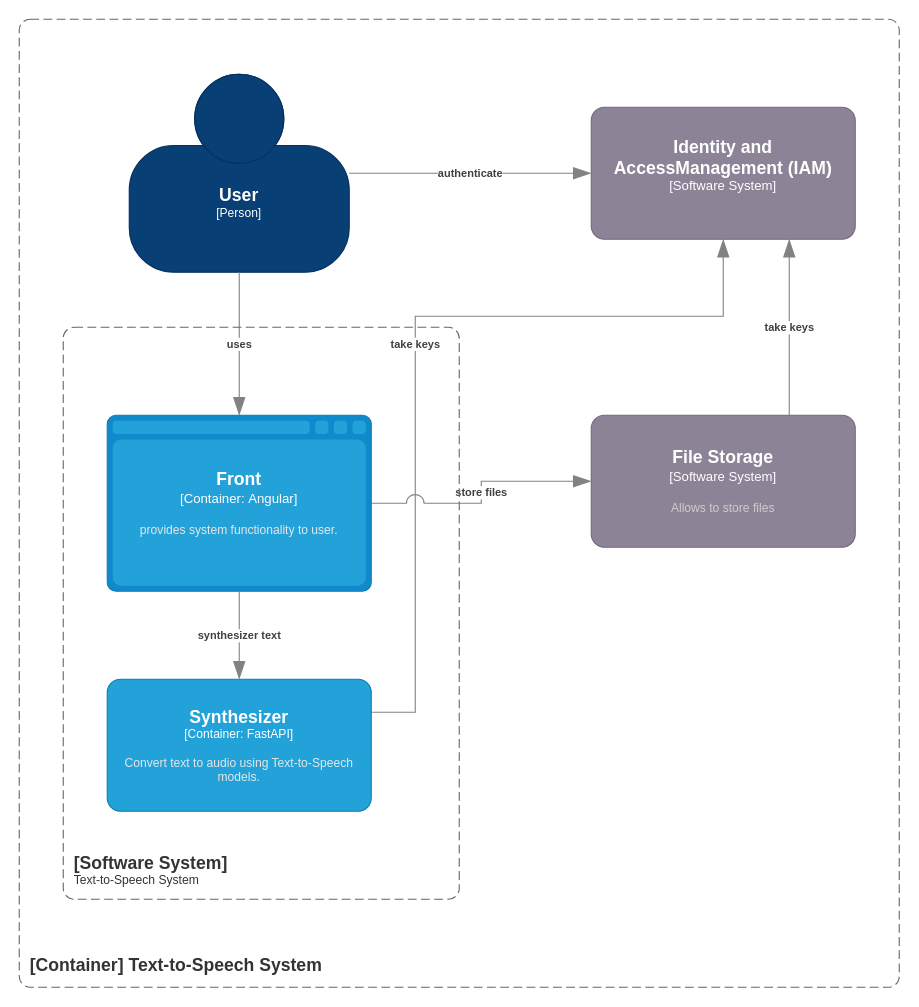
This is page "container_textToSpeechSystem" (3 of 8) of .doc/diagram.drawio from dawidbladek0831/f19, a draw.io file, before an edit. Source tidied: cells renumbered, new cells numbered last; positions are measured from the earlier drawing's top-left corner, leaving out a move shared by most shapes. Both pictures are drawn from the tidied source at 110%, with x=0, y=0 at pixel (19, 19).
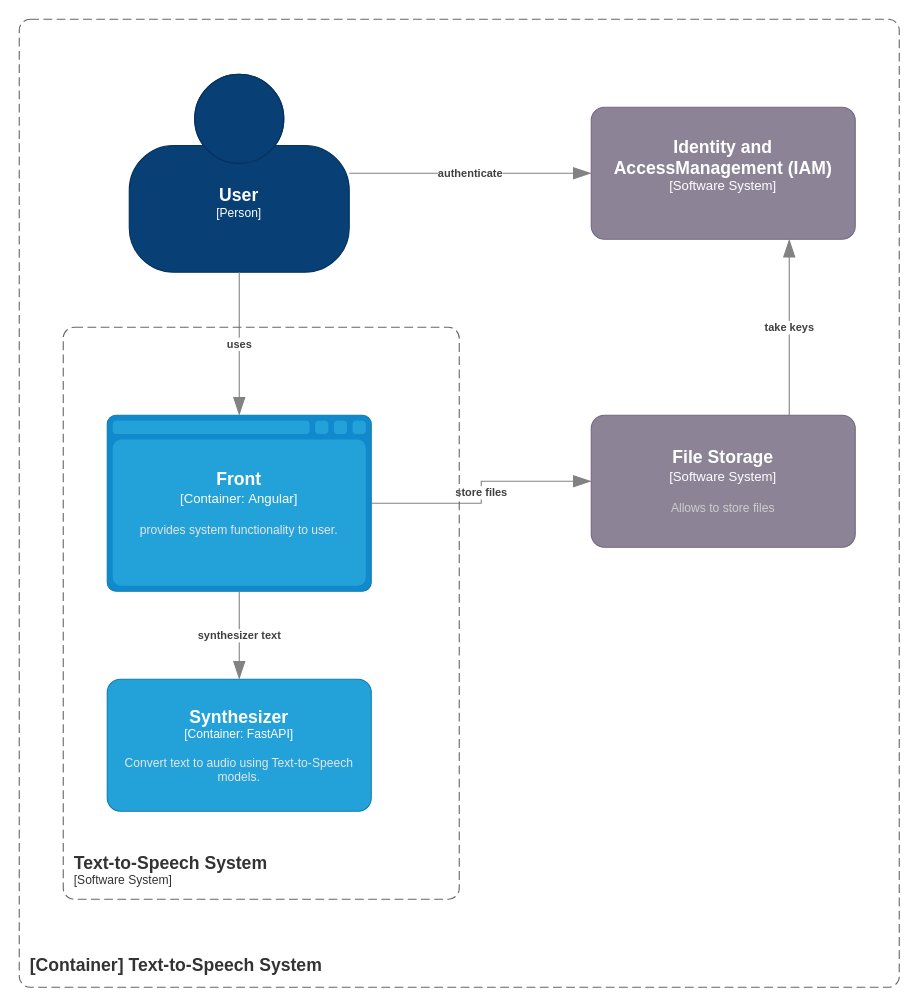
After the change.

The change refers to these unchanged cells:
```xml
<object id="11" label="&lt;font style=&quot;font-size: 16px&quot;&gt;&lt;b&gt;%c4Name%&lt;/b&gt;&lt;/font&gt;&lt;div&gt;[%c4Type%: %c4Technology%]&lt;/div&gt;&lt;br&gt;&lt;div&gt;&lt;font style=&quot;font-size: 11px&quot;&gt;&lt;font color=&quot;#E6E6E6&quot;&gt;%c4Description%&lt;/font&gt;&lt;/div&gt;" c4Description="Convert text to audio using Text-to-Speech models.&#10;" c4Name="Synthesizer" c4Technology="FastAPI" c4Type="Container" placeholders="1">
  <mxCell style="rounded=1;whiteSpace=wrap;html=1;fontSize=11;labelBackgroundColor=none;fillColor=#23A2D9;fontColor=#ffffff;align=center;arcSize=10;strokeColor=#0E7DAD;points=[[0.25,0,0],[0.5,0,0],[0.75,0,0],[1,0.25,0],[1,0.5,0],[1,0.75,0],[0.75,1,0],[0.5,1,0],[0.25,1,0],[0,0.75,0],[0,0.5,0],[0,0.25,0]];" parent="1" vertex="1">
    <mxGeometry x="80" y="600" width="240" height="120" as="geometry" />
  </mxCell>
</object>
```

Diff of the diagram source:
```diff
@@
-    <object id="6" label="&lt;div style=&quot;text-align: left&quot;&gt;&lt;div style=&quot;text-align: center&quot;&gt;&lt;b&gt;%c4Description%&lt;/b&gt;&lt;/div&gt;" c4Description="take keys" placeholders="1">
-      <mxCell style="endArrow=blockThin;html=1;fontSize=10;fontColor=#404040;strokeWidth=1;endFill=1;strokeColor=#828282;elbow=vertical;endSize=14;startSize=14;jumpStyle=arc;jumpSize=16;rounded=0;edgeStyle=orthogonalEdgeStyle;entryX=0.5;entryY=1;entryDx=0;entryDy=0;entryPerimeter=0;exitX=1;exitY=0.25;exitDx=0;exitDy=0;exitPerimeter=0;" parent="1" edge="1" source="11">
-        <mxGeometry relative="1" as="geometry">
-          <mxPoint x="640" y="200" as="targetPoint" />
-          <Array as="points">
-            <mxPoint x="360" y="630" />
-            <mxPoint x="360" y="270" />
-            <mxPoint x="640" y="270" />
-          </Array>
-        </mxGeometry>
-      </mxCell>
-    </object>
@@
-    <object id="9" label="&lt;font style=&quot;font-size: 16px&quot;&gt;&lt;b&gt;&lt;div style=&quot;text-align: left&quot;&gt;%top%&lt;/div&gt;&lt;/b&gt;&lt;/font&gt;&lt;div style=&quot;text-align: left&quot;&gt;%bottom%&lt;/div&gt;" bottom="Text-to-Speech System" placeholders="1" top="[Software System]">
+    <object id="9" label="&lt;font style=&quot;font-size: 16px&quot;&gt;&lt;b&gt;&lt;div style=&quot;text-align: left&quot;&gt;%top%&lt;/div&gt;&lt;/b&gt;&lt;/font&gt;&lt;div style=&quot;text-align: left&quot;&gt;%bottom%&lt;/div&gt;" bottom="[Software System]" placeholders="1" top="Text-to-Speech System">
       <mxCell style="rounded=1;fontSize=11;whiteSpace=wrap;html=1;dashed=1;arcSize=20;fillColor=none;strokeColor=#666666;fontColor=#333333;labelBackgroundColor=none;align=left;verticalAlign=bottom;labelBorderColor=none;spacingTop=0;spacing=10;dashPattern=8 4;perimeter=rectanglePerimeter;noLabel=0;labelPadding=0;absoluteArcSize=1;" parent="1" vertex="1">
         <mxGeometry x="40" y="280" width="360" height="520" as="geometry" />
       </mxCell>
     </object>
```
